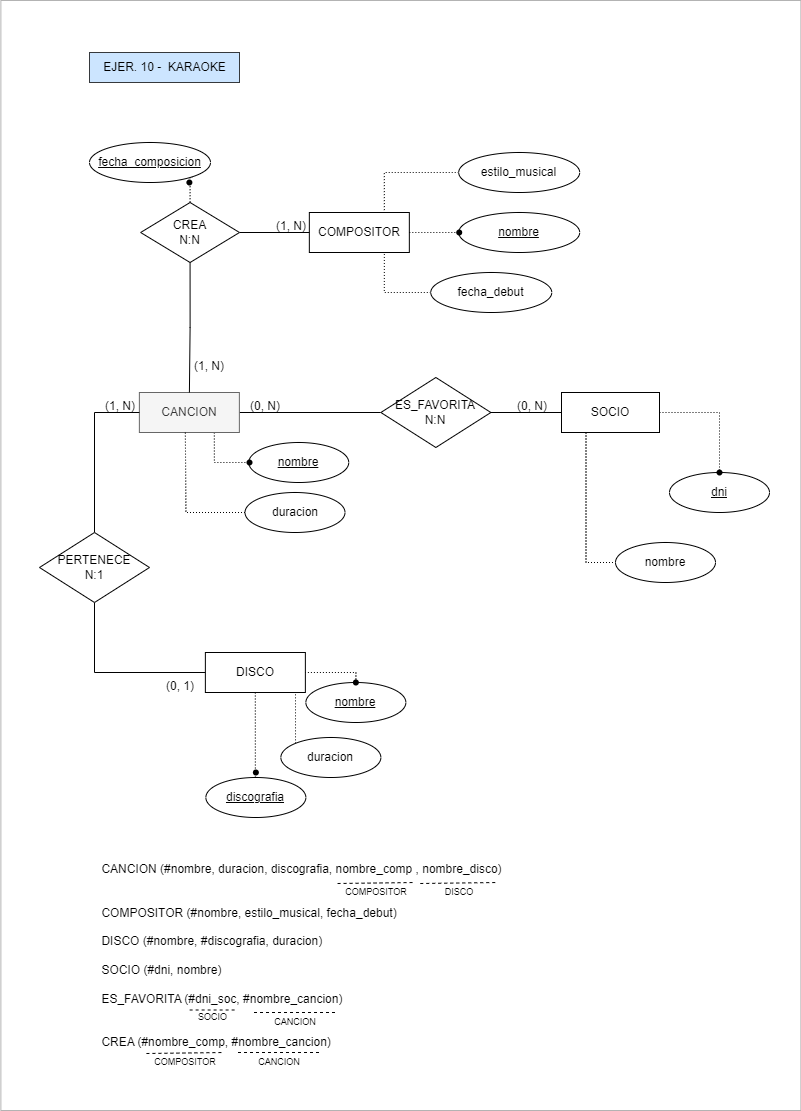
Before: ejer10_karaoke.png, a diagram exported from draw.io (mdrp93/BASE-DE-DATOS). Source tidied: cells renumbered, new cells last; positions are measured from the earlier drawing's top-left corner, leaving out a move shared by most shapes.
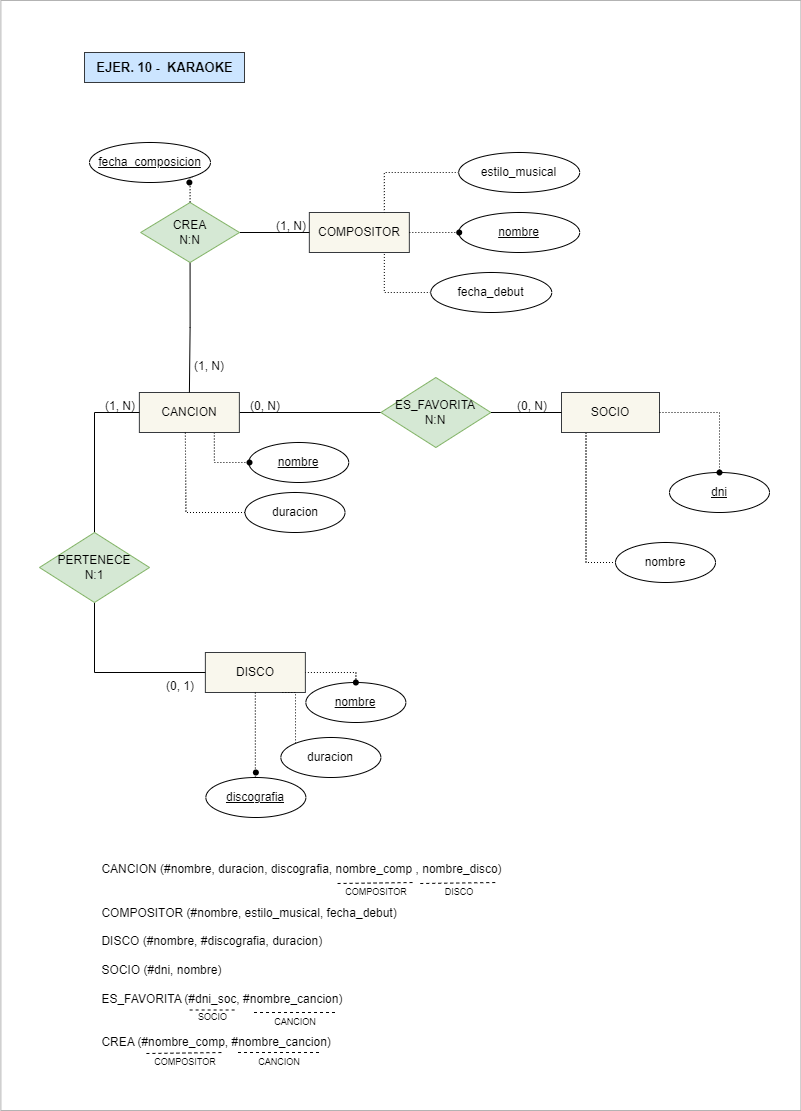
After the change.

What changed in the source:
```diff
@@ -8,13 +8,13 @@
     <mxCell id="3" style="rounded=0;whiteSpace=wrap;html=1;fillColor=none;strokeColor=#B3B3B3;" parent="1" vertex="1">
       <mxGeometry x="0.4" width="800" height="1110" as="geometry" />
     </mxCell>
-    <mxCell id="4" value="DISCO" style="whiteSpace=wrap;html=1;align=center;" parent="1" vertex="1">
+    <mxCell id="4" value="DISCO" style="whiteSpace=wrap;html=1;align=center;fillColor=#f9f7ed;strokeColor=#36393d;" parent="1" vertex="1">
       <mxGeometry x="204.9" y="652" width="100" height="40" as="geometry" />
     </mxCell>
     <mxCell id="5" style="edgeStyle=orthogonalEdgeStyle;rounded=0;jettySize=auto;html=1;exitX=0.25;exitY=1;exitDx=0;exitDy=0;entryX=0;entryY=0.5;entryDx=0;entryDy=0;fontFamily=Helvetica;fontSize=14;fontColor=default;startSize=0;dashed=1;dashPattern=1 2;endArrow=none;endFill=0;" parent="1" edge="1" source="6" target="18">
       <mxGeometry relative="1" as="geometry" />
     </mxCell>
-    <mxCell id="6" value="SOCIO" style="whiteSpace=wrap;html=1;align=center;" parent="1" vertex="1">
+    <mxCell id="6" value="SOCIO" style="whiteSpace=wrap;html=1;align=center;fillColor=#f9f7ed;strokeColor=#36393d;" parent="1" vertex="1">
       <mxGeometry x="561" y="392" width="98" height="40" as="geometry" />
     </mxCell>
     <mxCell id="7" style="edgeStyle=orthogonalEdgeStyle;rounded=0;jettySize=auto;html=1;exitX=1;exitY=0.5;exitDx=0;exitDy=0;entryX=0;entryY=0.5;entryDx=0;entryDy=0;endArrow=none;endFill=0;" parent="1" edge="1" source="9" target="12">
@@ -23,7 +23,7 @@
     <mxCell id="8" style="edgeStyle=orthogonalEdgeStyle;rounded=0;jettySize=auto;html=1;exitX=0.75;exitY=1;exitDx=0;exitDy=0;fontFamily=Helvetica;fontSize=14;fontColor=default;startSize=0;entryX=0;entryY=0.5;entryDx=0;entryDy=0;endArrow=none;endFill=0;dashed=1;dashPattern=1 2;" parent="1" edge="1" source="9" target="36">
       <mxGeometry relative="1" as="geometry" />
     </mxCell>
-    <mxCell id="9" value="CANCION" style="whiteSpace=wrap;html=1;align=center;fillColor=#f5f5f5;strokeColor=#666666;fontColor=#333333;" parent="1" vertex="1">
+    <mxCell id="9" value="CANCION" style="whiteSpace=wrap;html=1;align=center;fillColor=#f9f7ed;strokeColor=#36393d;" parent="1" vertex="1">
       <mxGeometry x="138.9" y="392" width="100" height="40" as="geometry" />
     </mxCell>
     <mxCell id="10" style="edgeStyle=orthogonalEdgeStyle;rounded=0;orthogonalLoop=1;jettySize=auto;html=1;exitX=0.5;exitY=0;exitDx=0;exitDy=0;entryX=0.5;entryY=0;entryDx=0;entryDy=0;" parent="1" edge="1">
@@ -35,7 +35,7 @@
     <mxCell id="11" style="edgeStyle=orthogonalEdgeStyle;rounded=0;jettySize=auto;html=1;exitX=1;exitY=0.5;exitDx=0;exitDy=0;entryX=0;entryY=0.5;entryDx=0;entryDy=0;endArrow=none;endFill=0;" parent="1" edge="1" source="12" target="6">
       <mxGeometry relative="1" as="geometry" />
     </mxCell>
-    <mxCell id="12" value="&lt;font style=&quot;font-size: 12px;&quot;&gt;&lt;font style=&quot;font-size: 12px;&quot;&gt;ES_FAVORITA&lt;/font&gt;&lt;br&gt;N:N&lt;/font&gt;" style="shape=rhombus;perimeter=rhombusPerimeter;whiteSpace=wrap;html=1;align=center;verticalAlign=middle;" parent="1" vertex="1">
+    <mxCell id="12" value="&lt;font style=&quot;font-size: 12px;&quot;&gt;&lt;font style=&quot;font-size: 12px;&quot;&gt;ES_FAVORITA&lt;/font&gt;&lt;br&gt;N:N&lt;/font&gt;" style="shape=rhombus;perimeter=rhombusPerimeter;whiteSpace=wrap;html=1;align=center;verticalAlign=middle;fillColor=#d5e8d4;strokeColor=#82b366;" parent="1" vertex="1">
       <mxGeometry x="380.4" y="377" width="110" height="70" as="geometry" />
     </mxCell>
     <mxCell id="13" style="rounded=0;orthogonalLoop=1;jettySize=auto;html=1;exitX=0;exitY=0.5;exitDx=0;exitDy=0;strokeColor=none;endArrow=none;endFill=0;shadow=1;" parent="1" edge="1">
@@ -50,8 +50,8 @@
     <mxCell id="15" value="(0, N)" style="text;strokeColor=none;fillColor=none;spacingLeft=4;spacingRight=4;overflow=hidden;fontSize=12;whiteSpace=wrap;html=1;" parent="1" vertex="1">
       <mxGeometry x="511" y="392" width="50" height="30" as="geometry" />
     </mxCell>
-    <mxCell id="16" value="EJER. 10 -&amp;nbsp; KARAOKE" style="text;html=1;align=center;verticalAlign=middle;strokeColor=#36393d;fillColor=#cce5ff;" parent="1" vertex="1">
-      <mxGeometry x="89" y="52" width="150" height="30" as="geometry" />
+    <mxCell id="16" value="EJER. 10 -&amp;nbsp; KARAOKE" style="text;html=1;align=center;verticalAlign=middle;strokeColor=#36393d;fillColor=#cce5ff;fontStyle=1;fontSize=13;" parent="1" vertex="1">
+      <mxGeometry x="84" y="52" width="160" height="30" as="geometry" />
     </mxCell>
     <mxCell id="17" style="edgeStyle=orthogonalEdgeStyle;rounded=0;orthogonalLoop=1;jettySize=auto;html=1;exitX=0;exitY=0.5;exitDx=0;exitDy=0;entryX=1;entryY=0.5;entryDx=0;entryDy=0;endArrow=none;endFill=0;startArrow=none;startFill=0;strokeColor=none;" parent="1" edge="1">
       <mxGeometry relative="1" as="geometry">
@@ -82,7 +82,7 @@
     <mxCell id="24" style="edgeStyle=orthogonalEdgeStyle;rounded=0;jettySize=auto;html=1;exitX=0.5;exitY=1;exitDx=0;exitDy=0;entryX=0;entryY=0.5;entryDx=0;entryDy=0;endArrow=none;endFill=0;" parent="1" edge="1" source="25" target="4">
       <mxGeometry relative="1" as="geometry" />
     </mxCell>
-    <mxCell id="25" value="PERTENECE&lt;br&gt;N:1" style="rhombus;whiteSpace=wrap;html=1;" parent="1" vertex="1">
+    <mxCell id="25" value="PERTENECE&lt;br&gt;N:1" style="rhombus;whiteSpace=wrap;html=1;fillColor=#d5e8d4;strokeColor=#82b366;" parent="1" vertex="1">
       <mxGeometry x="39" y="532" width="110" height="70" as="geometry" />
     </mxCell>
     <mxCell id="26" style="edgeStyle=orthogonalEdgeStyle;rounded=0;orthogonalLoop=1;jettySize=auto;html=1;exitDx=0;exitDy=0;entryX=0.5;entryY=0;entryDx=0;entryDy=0;endArrow=none;endFill=0;dashed=1;dashPattern=1 2;" parent="1" edge="1">
@@ -142,7 +142,7 @@
     <mxCell id="39" style="shape=waypoint;sketch=0;fillStyle=solid;size=6;points=[];fillColor=none;perimeter=centerPerimeter;snapToPoint=1;" parent="1" vertex="1">
       <mxGeometry x="448.7" y="222" width="20" height="20" as="geometry" />
     </mxCell>
-    <mxCell id="40" value="COMPOSITOR" style="whiteSpace=wrap;html=1;align=center;" parent="1" vertex="1">
+    <mxCell id="40" value="COMPOSITOR" style="whiteSpace=wrap;html=1;align=center;fillColor=#f9f7ed;strokeColor=#36393d;" parent="1" vertex="1">
       <mxGeometry x="308.8" y="212" width="100" height="40" as="geometry" />
     </mxCell>
     <mxCell id="41" style="edgeStyle=orthogonalEdgeStyle;rounded=0;jettySize=auto;html=1;exitX=1;exitY=0.5;exitDx=0;exitDy=0;entryX=0.617;entryY=0.85;entryDx=0;entryDy=0;entryPerimeter=0;fontFamily=Helvetica;fontSize=14;fontColor=default;startSize=0;dashed=1;dashPattern=1 2;endArrow=none;endFill=0;" parent="1" edge="1" source="40" target="39">
@@ -166,7 +166,7 @@
     <mxCell id="47" style="edgeStyle=orthogonalEdgeStyle;rounded=0;jettySize=auto;html=1;exitX=0.5;exitY=1;exitDx=0;exitDy=0;fontFamily=Helvetica;fontSize=14;fontColor=default;startSize=0;endArrow=none;endFill=0;" parent="1" edge="1" source="48" target="9">
       <mxGeometry relative="1" as="geometry" />
     </mxCell>
-    <mxCell id="48" value="CREA&lt;br&gt;N:N" style="shape=rhombus;perimeter=rhombusPerimeter;whiteSpace=wrap;html=1;align=center;" parent="1" vertex="1">
+    <mxCell id="48" value="CREA&lt;br&gt;N:N" style="shape=rhombus;perimeter=rhombusPerimeter;whiteSpace=wrap;html=1;align=center;fillColor=#d5e8d4;strokeColor=#82b366;" parent="1" vertex="1">
       <mxGeometry x="140.1" y="202" width="98.9" height="60" as="geometry" />
     </mxCell>
     <mxCell id="49" style="shape=waypoint;sketch=0;fillStyle=solid;size=6;fillColor=none;perimeter=centerPerimeter;" parent="1" vertex="1">
```
